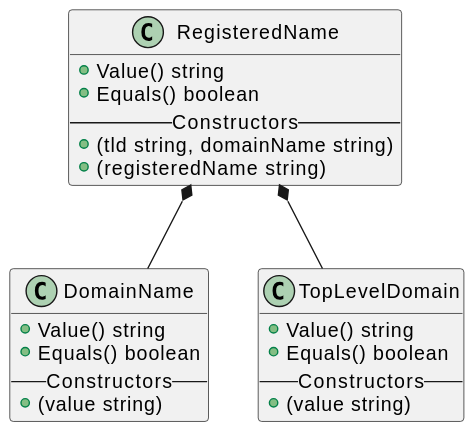
The PlantUML diagram diagrams/uri/registered-name.svg in attestify/kernel-specification, before a commit. Its diagram source:
```plantuml
@startuml

!include domain-name.puml
!include top-level-domain.puml

class RegisteredName {
+ Value() string
+ Equals() boolean
-- Constructors --
+ (tld string, domainName string)
+ (registeredName string)
}

RegisteredName *-- DomainName
RegisteredName *-- TopLevelDomain

@enduml
```
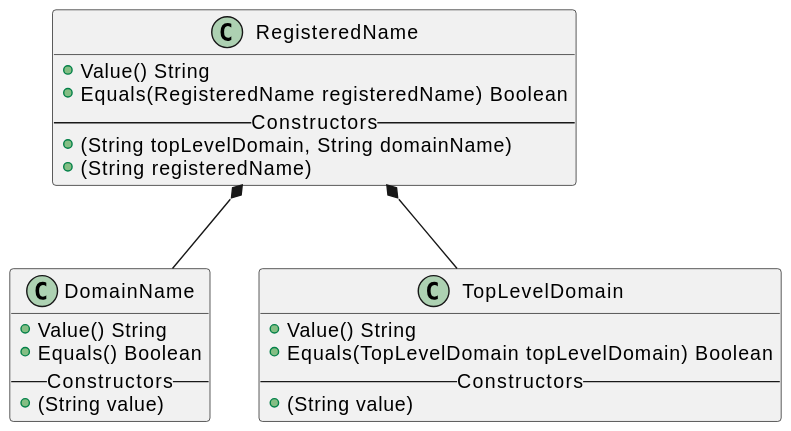
The same file after the commit.

The edit, as a diff of the source:
```diff
@@ -4,11 +4,11 @@
 !include top-level-domain.puml
 
 class RegisteredName {
-+ Value() string
-+ Equals() boolean
++ Value() String
++ Equals(RegisteredName registeredName) Boolean
 -- Constructors --
-+ (tld string, domainName string)
-+ (registeredName string)
++ (String topLevelDomain, String domainName)
++ (String registeredName)
 }
 
 RegisteredName *-- DomainName
```
